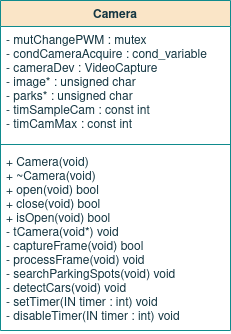
Earlier version of the draw.io export project/report/images/09sw_specification/classcamera.png (ESRGgroup9/slipad). Source tidied: cells renumbered, new cells last; positions are measured from the earlier drawing's top-left corner, leaving out a move shared by most shapes. Its diagram source:
```xml
<mxGraphModel>
  <root>
    <mxCell id="0" />
    <mxCell id="1" parent="0" />
    <mxCell id="2" value="Camera" style="swimlane;fontStyle=1;align=center;verticalAlign=top;horizontal=1;startSize=26;fillColor=#FAE5C7;strokeColor=#0F8B8D;fontColor=#143642;" parent="1" vertex="1">
      <mxGeometry width="230" height="330" as="geometry" />
    </mxCell>
    <mxCell id="3" value="- mutChangePWM : mutex&#10;- condCameraAcquire : cond_variable&#10;- cameraDev : VideoCapture&#10;- image* : unsigned char&#10;- parks* : unsigned char&#10;- timSampleCam : const int&#10;- timCamMax : const int &#10;&#10;&#10;" style="text;strokeColor=none;fillColor=none;align=left;verticalAlign=top;spacingLeft=4;spacingRight=4;overflow=hidden;fontColor=#143642;" parent="2" vertex="1">
      <mxGeometry y="26" width="230" height="114" as="geometry" />
    </mxCell>
    <mxCell id="4" style="line;strokeWidth=1;fillColor=none;align=left;verticalAlign=middle;spacingTop=-1;spacingLeft=3;spacingRight=3;labelPosition=right;labelBackgroundColor=#DAD2D8;strokeColor=#0F8B8D;fontColor=#143642;" parent="2" vertex="1">
      <mxGeometry y="140" width="230" height="8" as="geometry" />
    </mxCell>
    <mxCell id="5" value="+ Camera(void)&#10;+ ~Camera(void)&#10;+ open(void) bool&#10;+ close(void) bool&#10;+ isOpen(void) bool&#10;- tCamera(void*) void&#10;- captureFrame(void) bool&#10;- processFrame(void) void&#10;- searchParkingSpots(void) void&#10;- detectCars(void) void&#10;- setTimer(IN timer : int) void&#10;- disableTimer(IN timer : int) void" style="text;strokeColor=none;fillColor=none;align=left;verticalAlign=top;spacingLeft=4;spacingRight=4;overflow=hidden;fontColor=#143642;spacing=2;fontStyle=0;" parent="2" vertex="1">
      <mxGeometry y="148" width="230" height="182" as="geometry" />
    </mxCell>
  </root>
</mxGraphModel>
```
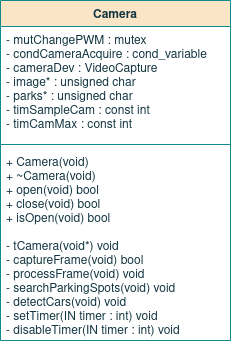
Later version of the same file.

What changed in the source:
```diff
@@ -3,7 +3,7 @@
     <mxCell id="0" />
     <mxCell id="1" parent="0" />
     <mxCell id="2" value="Camera" style="swimlane;fontStyle=1;align=center;verticalAlign=top;horizontal=1;startSize=26;fillColor=#FAE5C7;strokeColor=#0F8B8D;fontColor=#143642;" parent="1" vertex="1">
-      <mxGeometry width="230" height="330" as="geometry" />
+      <mxGeometry width="230" height="340" as="geometry" />
     </mxCell>
     <mxCell id="3" value="- mutChangePWM : mutex&#10;- condCameraAcquire : cond_variable&#10;- cameraDev : VideoCapture&#10;- image* : unsigned char&#10;- parks* : unsigned char&#10;- timSampleCam : const int&#10;- timCamMax : const int &#10;&#10;&#10;" style="text;strokeColor=none;fillColor=none;align=left;verticalAlign=top;spacingLeft=4;spacingRight=4;overflow=hidden;fontColor=#143642;" parent="2" vertex="1">
       <mxGeometry y="26" width="230" height="114" as="geometry" />
@@ -11,8 +11,8 @@
     <mxCell id="4" style="line;strokeWidth=1;fillColor=none;align=left;verticalAlign=middle;spacingTop=-1;spacingLeft=3;spacingRight=3;labelPosition=right;labelBackgroundColor=#DAD2D8;strokeColor=#0F8B8D;fontColor=#143642;" parent="2" vertex="1">
       <mxGeometry y="140" width="230" height="8" as="geometry" />
     </mxCell>
-    <mxCell id="5" value="+ Camera(void)&#10;+ ~Camera(void)&#10;+ open(void) bool&#10;+ close(void) bool&#10;+ isOpen(void) bool&#10;- tCamera(void*) void&#10;- captureFrame(void) bool&#10;- processFrame(void) void&#10;- searchParkingSpots(void) void&#10;- detectCars(void) void&#10;- setTimer(IN timer : int) void&#10;- disableTimer(IN timer : int) void" style="text;strokeColor=none;fillColor=none;align=left;verticalAlign=top;spacingLeft=4;spacingRight=4;overflow=hidden;fontColor=#143642;spacing=2;fontStyle=0;" parent="2" vertex="1">
-      <mxGeometry y="148" width="230" height="182" as="geometry" />
+    <mxCell id="5" value="+ Camera(void)&#10;+ ~Camera(void)&#10;+ open(void) bool&#10;+ close(void) bool&#10;+ isOpen(void) bool&#10;&#10;- tCamera(void*) void&#10;- captureFrame(void) bool&#10;- processFrame(void) void&#10;- searchParkingSpots(void) void&#10;- detectCars(void) void&#10;- setTimer(IN timer : int) void&#10;- disableTimer(IN timer : int) void" style="text;strokeColor=none;fillColor=none;align=left;verticalAlign=top;spacingLeft=4;spacingRight=4;overflow=hidden;fontColor=#143642;spacing=2;fontStyle=0;" parent="2" vertex="1">
+      <mxGeometry y="148" width="230" height="192" as="geometry" />
     </mxCell>
   </root>
 </mxGraphModel>
```
